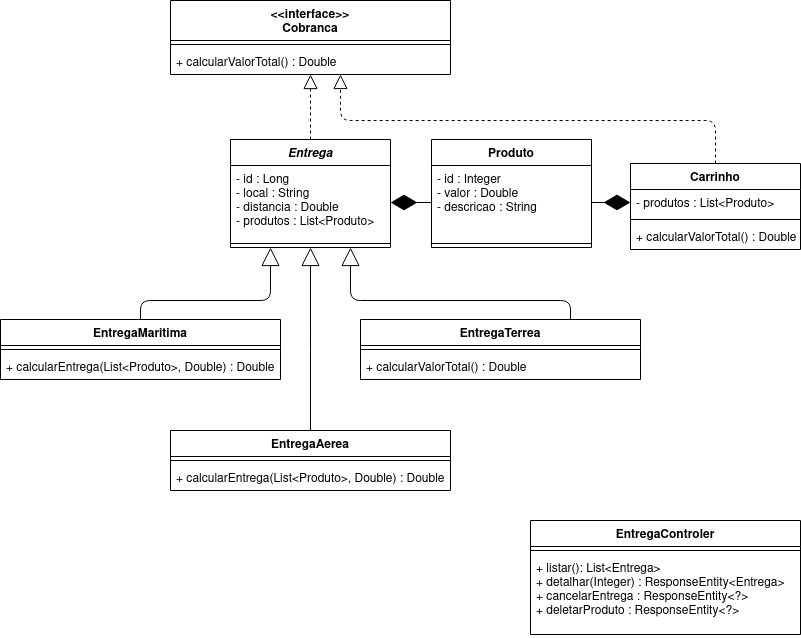
Above: doc/diagrama-de-classe.png in VMarkz/delivery-duck (draw.io), before the change. Source tidied: cells renumbered, new cells last; positions are measured from the earlier drawing's top-left corner, leaving out a move shared by most shapes.
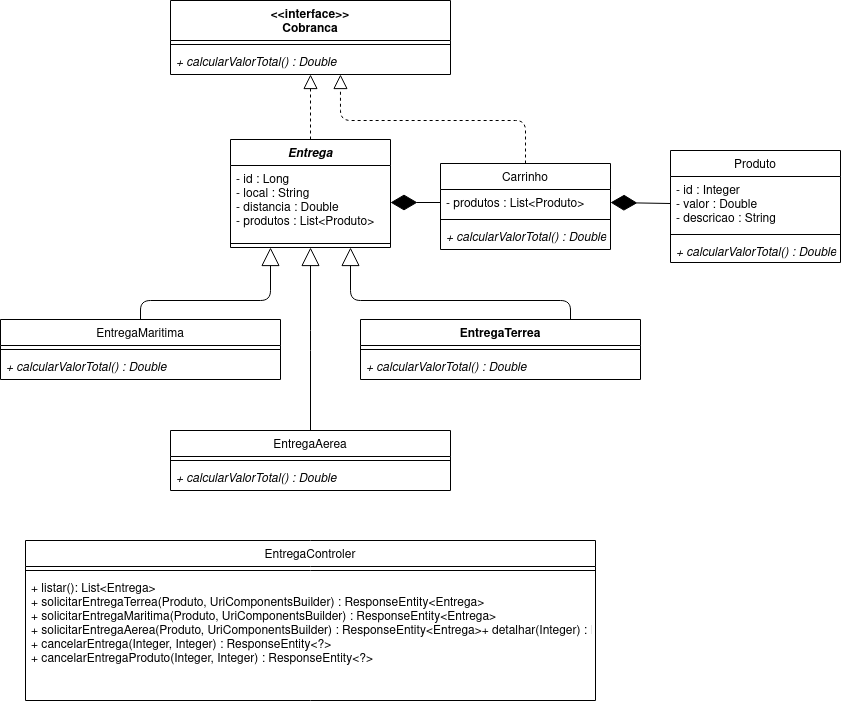
After the commit.

Diff of the diagram source:
```diff
@@ -8,17 +8,17 @@
     <mxCell id="3" style="line;strokeWidth=1;fillColor=none;align=left;verticalAlign=middle;spacingTop=-1;spacingLeft=3;spacingRight=3;labelPosition=right;" parent="2" vertex="1">
       <mxGeometry y="40" width="280" height="8" as="geometry" />
     </mxCell>
-    <mxCell id="4" value="+ calcularValorTotal() : Double" style="text;strokeColor=none;fillColor=none;align=left;verticalAlign=top;spacingLeft=4;spacingRight=4;overflow=hidden;points=[[0,0.5],[1,0.5]];portConstraint=eastwest;" parent="2" vertex="1">
+    <mxCell id="4" value="+ calcularValorTotal() : Double" style="text;strokeColor=none;fillColor=none;align=left;verticalAlign=top;spacingLeft=4;spacingRight=4;overflow=hidden;points=[[0,0.5],[1,0.5]];portConstraint=eastwest;fontStyle=2;" parent="2" vertex="1">
       <mxGeometry y="48" width="280" height="26" as="geometry" />
     </mxCell>
-    <mxCell id="5" value="EntregaControler" style="swimlane;fontStyle=1;align=center;verticalAlign=top;horizontal=1;startSize=26;" parent="1" vertex="1">
-      <mxGeometry x="530" y="520" width="270" height="114" as="geometry" />
+    <mxCell id="5" value="EntregaControler" style="swimlane;fontStyle=0;align=center;verticalAlign=top;horizontal=1;startSize=26;" parent="1" vertex="1">
+      <mxGeometry x="25" y="540" width="570" height="160" as="geometry" />
     </mxCell>
     <mxCell id="6" style="line;strokeWidth=1;fillColor=none;align=left;verticalAlign=middle;spacingTop=-1;spacingLeft=3;spacingRight=3;labelPosition=right;" parent="5" vertex="1">
-      <mxGeometry y="26" width="270" height="8" as="geometry" />
+      <mxGeometry y="26" width="570" height="8" as="geometry" />
     </mxCell>
-    <mxCell id="7" value="+ listar(): List&lt;Entrega&gt;&#10;+ detalhar(Integer) : ResponseEntity&lt;Entrega&gt;&#10;+ cancelarEntrega : ResponseEntity&lt;?&gt;&#10;+ deletarProduto : ResponseEntity&lt;?&gt;" style="text;strokeColor=none;fillColor=none;align=left;verticalAlign=top;spacingLeft=4;spacingRight=4;overflow=hidden;" parent="5" vertex="1">
-      <mxGeometry y="34" width="270" height="80" as="geometry" />
+    <mxCell id="7" value="+ listar(): List&lt;Entrega&gt;&#10;+ solicitarEntregaTerrea(Produto, UriComponentsBuilder) : ResponseEntity&lt;Entrega&gt;&#10;+ solicitarEntregaMaritima(Produto, UriComponentsBuilder) : ResponseEntity&lt;Entrega&gt;&#10;+ solicitarEntregaAerea(Produto, UriComponentsBuilder) : ResponseEntity&lt;Entrega&gt;+ detalhar(Integer) : ResponseEntity&lt;Entrega&gt;&#10;+ cancelarEntrega(Integer, Integer) : ResponseEntity&lt;?&gt;&#10;+ cancelarEntregaProduto(Integer, Integer) : ResponseEntity&lt;?&gt;" style="text;strokeColor=none;fillColor=none;align=left;verticalAlign=top;spacingLeft=4;spacingRight=4;overflow=hidden;" parent="5" vertex="1">
+      <mxGeometry y="34" width="570" height="126" as="geometry" />
     </mxCell>
     <mxCell id="8" value="Entrega" style="swimlane;fontStyle=3;align=center;verticalAlign=top;horizontal=1;startSize=26;" parent="1" vertex="1">
       <mxGeometry x="230" y="139" width="160" height="108" as="geometry" />
@@ -29,22 +29,13 @@
     <mxCell id="10" style="line;strokeWidth=1;fillColor=none;align=left;verticalAlign=middle;spacingTop=-1;spacingLeft=3;spacingRight=3;labelPosition=right;" parent="8" vertex="1">
       <mxGeometry y="100" width="160" height="8" as="geometry" />
     </mxCell>
-    <mxCell id="11" value="Produto" style="swimlane;fontStyle=1;align=center;verticalAlign=top;horizontal=1;startSize=26;" parent="1" vertex="1">
-      <mxGeometry x="431" y="139" width="160" height="108" as="geometry" />
-    </mxCell>
-    <mxCell id="12" value="- id : Integer&#10;- valor : Double&#10;- descricao : String" style="text;strokeColor=none;fillColor=none;align=left;verticalAlign=top;spacingLeft=4;spacingRight=4;overflow=hidden;points=[[0,0.5],[1,0.5]];portConstraint=eastwest;" parent="11" vertex="1">
-      <mxGeometry y="26" width="160" height="74" as="geometry" />
-    </mxCell>
-    <mxCell id="13" style="line;strokeWidth=1;fillColor=none;align=left;verticalAlign=middle;spacingTop=-1;spacingLeft=3;spacingRight=3;labelPosition=right;" parent="11" vertex="1">
-      <mxGeometry y="100" width="160" height="8" as="geometry" />
-    </mxCell>
-    <mxCell id="14" value="EntregaMaritima" style="swimlane;fontStyle=1;align=center;verticalAlign=top;horizontal=1;startSize=26;" parent="1" vertex="1">
+    <mxCell id="14" value="EntregaMaritima" style="swimlane;fontStyle=0;align=center;verticalAlign=top;horizontal=1;startSize=26;" parent="1" vertex="1">
       <mxGeometry y="319" width="280" height="60" as="geometry" />
     </mxCell>
     <mxCell id="15" style="line;strokeWidth=1;fillColor=none;align=left;verticalAlign=middle;spacingTop=-1;spacingLeft=3;spacingRight=3;labelPosition=right;" parent="14" vertex="1">
       <mxGeometry y="26" width="280" height="8" as="geometry" />
     </mxCell>
-    <mxCell id="16" value="+ calcularEntrega(List&lt;Produto&gt;, Double) : Double" style="text;strokeColor=none;fillColor=none;align=left;verticalAlign=top;spacingLeft=4;spacingRight=4;overflow=hidden;" parent="14" vertex="1">
+    <mxCell id="16" value="+ calcularValorTotal() : Double" style="text;strokeColor=none;fillColor=none;align=left;verticalAlign=top;spacingLeft=4;spacingRight=4;overflow=hidden;fontStyle=2;" parent="14" vertex="1">
       <mxGeometry y="34" width="280" height="26" as="geometry" />
     </mxCell>
     <mxCell id="17" value="EntregaTerrea" style="swimlane;fontStyle=1;align=center;verticalAlign=top;horizontal=1;startSize=26;" parent="1" vertex="1">
@@ -53,16 +44,16 @@
     <mxCell id="18" style="line;strokeWidth=1;fillColor=none;align=left;verticalAlign=middle;spacingTop=-1;spacingLeft=3;spacingRight=3;labelPosition=right;" parent="17" vertex="1">
       <mxGeometry y="26" width="280" height="8" as="geometry" />
     </mxCell>
-    <mxCell id="19" value="+ calcularValorTotal() : Double" style="text;strokeColor=none;fillColor=none;align=left;verticalAlign=top;spacingLeft=4;spacingRight=4;overflow=hidden;" parent="17" vertex="1">
+    <mxCell id="19" value="+ calcularValorTotal() : Double" style="text;strokeColor=none;fillColor=none;align=left;verticalAlign=top;spacingLeft=4;spacingRight=4;overflow=hidden;fontStyle=2;" parent="17" vertex="1">
       <mxGeometry y="34" width="280" height="26" as="geometry" />
     </mxCell>
-    <mxCell id="20" value="EntregaAerea" style="swimlane;fontStyle=1;align=center;verticalAlign=top;horizontal=1;startSize=26;" parent="1" vertex="1">
+    <mxCell id="20" value="EntregaAerea" style="swimlane;fontStyle=0;align=center;verticalAlign=top;horizontal=1;startSize=26;" parent="1" vertex="1">
       <mxGeometry x="170" y="430" width="280" height="60" as="geometry" />
     </mxCell>
     <mxCell id="21" style="line;strokeWidth=1;fillColor=none;align=left;verticalAlign=middle;spacingTop=-1;spacingLeft=3;spacingRight=3;labelPosition=right;" parent="20" vertex="1">
       <mxGeometry y="26" width="280" height="8" as="geometry" />
     </mxCell>
-    <mxCell id="22" value="+ calcularEntrega(List&lt;Produto&gt;, Double) : Double" style="text;strokeColor=none;fillColor=none;align=left;verticalAlign=top;spacingLeft=4;spacingRight=4;overflow=hidden;" parent="20" vertex="1">
+    <mxCell id="22" value="+ calcularValorTotal() : Double" style="text;strokeColor=none;fillColor=none;align=left;verticalAlign=top;spacingLeft=4;spacingRight=4;overflow=hidden;fontStyle=2;" parent="20" vertex="1">
       <mxGeometry y="34" width="280" height="26" as="geometry" />
     </mxCell>
     <mxCell id="23" style="endArrow=block;dashed=1;endFill=0;endSize=12;html=1;entryX=0.5;entryY=1;entryDx=0;entryDy=0;exitX=0.5;exitY=0;exitDx=0;exitDy=0;" parent="1" edge="1" source="8" target="2">
@@ -71,7 +62,7 @@
     <mxCell id="24" style="endArrow=block;dashed=1;endFill=0;endSize=12;html=1;exitX=0.5;exitY=0;exitDx=0;exitDy=0;entryX=0.607;entryY=1;entryDx=0;entryDy=0;entryPerimeter=0;" parent="1" edge="1" source="28" target="4">
       <mxGeometry relative="1" as="geometry">
         <Array as="points">
-          <mxPoint x="715" y="120" />
+          <mxPoint x="525" y="120" />
           <mxPoint x="340" y="120" />
         </Array>
       </mxGeometry>
@@ -102,8 +93,8 @@
         <mxPoint x="-1" as="offset" />
       </mxGeometry>
     </mxCell>
-    <mxCell id="28" value="Carrinho" style="swimlane;fontStyle=1;align=center;verticalAlign=top;horizontal=1;startSize=26;" parent="1" vertex="1">
-      <mxGeometry x="630" y="163" width="170" height="86" as="geometry" />
+    <mxCell id="28" value="Carrinho" style="swimlane;fontStyle=0;align=center;verticalAlign=top;horizontal=1;startSize=26;" parent="1" vertex="1">
+      <mxGeometry x="440" y="163" width="170" height="86" as="geometry" />
     </mxCell>
     <mxCell id="29" value="- produtos : List&lt;Produto&gt;" style="text;strokeColor=none;fillColor=none;align=left;verticalAlign=top;spacingLeft=4;spacingRight=4;overflow=hidden;points=[[0,0.5],[1,0.5]];portConstraint=eastwest;" parent="28" vertex="1">
       <mxGeometry y="26" width="170" height="26" as="geometry" />
@@ -111,14 +102,26 @@
     <mxCell id="30" style="line;strokeWidth=1;fillColor=none;align=left;verticalAlign=middle;spacingTop=-1;spacingLeft=3;spacingRight=3;labelPosition=right;" parent="28" vertex="1">
       <mxGeometry y="52" width="170" height="8" as="geometry" />
     </mxCell>
-    <mxCell id="31" value="+ calcularValorTotal() : Double" style="text;strokeColor=none;fillColor=none;align=left;verticalAlign=top;spacingLeft=4;spacingRight=4;overflow=hidden;" parent="28" vertex="1">
+    <mxCell id="31" value="+ calcularValorTotal() : Double" style="text;strokeColor=none;fillColor=none;align=left;verticalAlign=top;spacingLeft=4;spacingRight=4;overflow=hidden;fontStyle=2;" parent="28" vertex="1">
       <mxGeometry y="60" width="170" height="26" as="geometry" />
     </mxCell>
+    <mxCell id="33" style="endArrow=diamondThin;endFill=1;endSize=24;html=1;entryX=1;entryY=0.5;entryDx=0;entryDy=0;exitX=0;exitY=0.5;exitDx=0;exitDy=0;" parent="1" edge="1" source="29" target="9">
+      <mxGeometry relative="1" as="geometry" />
+    </mxCell>
+    <mxCell id="11" value="Produto" style="swimlane;fontStyle=0;align=center;verticalAlign=top;horizontal=1;startSize=26;" parent="1" vertex="1">
+      <mxGeometry x="670" y="150" width="170" height="112" as="geometry" />
+    </mxCell>
+    <mxCell id="12" value="- id : Integer&#10;- valor : Double&#10;- descricao : String" style="text;strokeColor=none;fillColor=none;align=left;verticalAlign=top;spacingLeft=4;spacingRight=4;overflow=hidden;points=[[0,0.5],[1,0.5]];portConstraint=eastwest;" parent="11" vertex="1">
+      <mxGeometry y="26" width="170" height="54" as="geometry" />
+    </mxCell>
+    <mxCell id="34" style="line;strokeWidth=1;fillColor=none;align=left;verticalAlign=middle;spacingTop=-1;spacingLeft=3;spacingRight=3;labelPosition=right;" parent="11" vertex="1">
+      <mxGeometry y="80" width="170" height="8" as="geometry" />
+    </mxCell>
+    <mxCell id="35" value="+ calcularValorTotal() : Double" style="text;strokeColor=none;fillColor=none;align=left;verticalAlign=top;spacingLeft=4;spacingRight=4;overflow=hidden;fontStyle=2;" parent="11" vertex="1">
+      <mxGeometry y="88" width="170" height="24" as="geometry" />
+    </mxCell>
-    <mxCell id="32" style="endArrow=diamondThin;endFill=1;endSize=24;html=1;entryX=0;entryY=0.5;entryDx=0;entryDy=0;exitX=1;exitY=0.5;exitDx=0;exitDy=0;" parent="1" edge="1" source="12" target="29">
+    <mxCell id="32" style="endArrow=diamondThin;endFill=1;endSize=24;html=1;entryX=1;entryY=0.5;entryDx=0;entryDy=0;exitX=0;exitY=0.5;exitDx=0;exitDy=0;" parent="1" edge="1" source="12" target="29">
       <mxGeometry relative="1" as="geometry" />
     </mxCell>
-    <mxCell id="33" style="endArrow=diamondThin;endFill=1;endSize=24;html=1;entryX=1;entryY=0.5;entryDx=0;entryDy=0;exitX=0;exitY=0.5;exitDx=0;exitDy=0;" parent="1" edge="1" source="12" target="9">
-      <mxGeometry relative="1" as="geometry" />
-    </mxCell>
   </root>
 </mxGraphModel>
```
